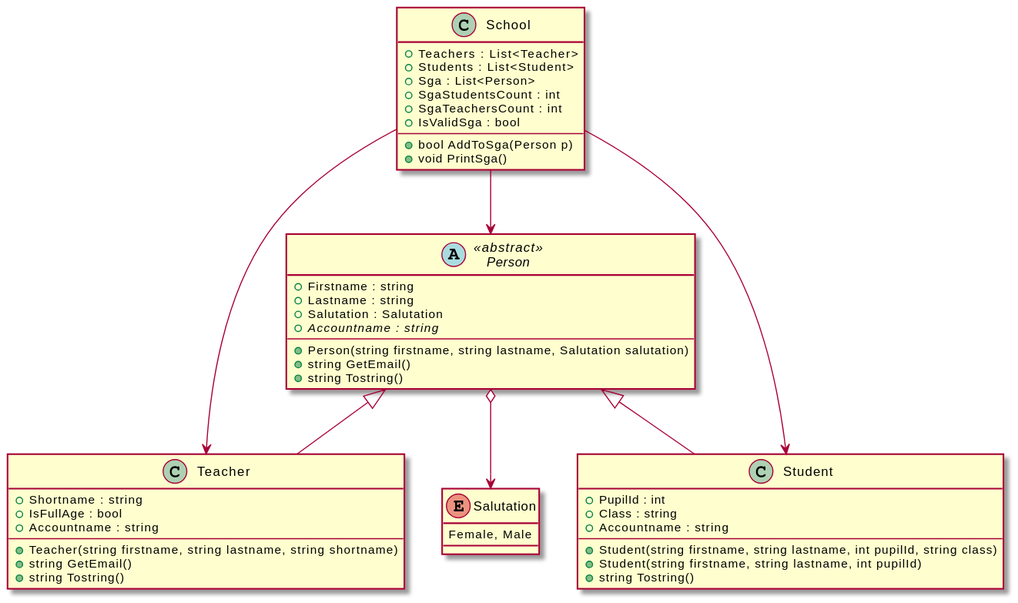
The PlantUML diagram 01 Types/vererbung_diagram.svg in schletz/Pos3xhif, before a commit. The source it was exported from:
```plantuml
@startuml
enum Salutation
{
    Female, Male
}
abstract class Person <<abstract>>
{
    +Firstname : string
    +Lastname : string
    +Salutation : Salutation
    +{abstract} Accountname : string
    ---
    +Person(string firstname, string lastname, Salutation salutation)
    +string GetEmail()
    +string Tostring()
}
Person o--> Salutation

class Teacher
{
    +Shortname : string
    +IsFullAge : bool
    +Accountname : string
    ---
    +Teacher(string firstname, string lastname, string shortname)
    +string GetEmail()
    +string Tostring()
}

class Student
{
    +PupilId : int
    +Class : string
    +Accountname : string
    ---
    +Student(string firstname, string lastname, int pupilId, string class)
    +Student(string firstname, string lastname, int pupilId)
    +string Tostring()
}

Teacher -up-|> Person
Student -up-|> Person

class School
{
    +Teachers : List<Teacher>
    +Students : List<Student>
    +Sga : List<Person>
    +SgaStudentsCount : int
    +SgaTeachersCount : int
    +IsValidSga : bool
    ---
    +bool AddToSga(Person p)
    +void PrintSga()
}

School --> Teacher
School --> Student
School --> Person
@enduml
```
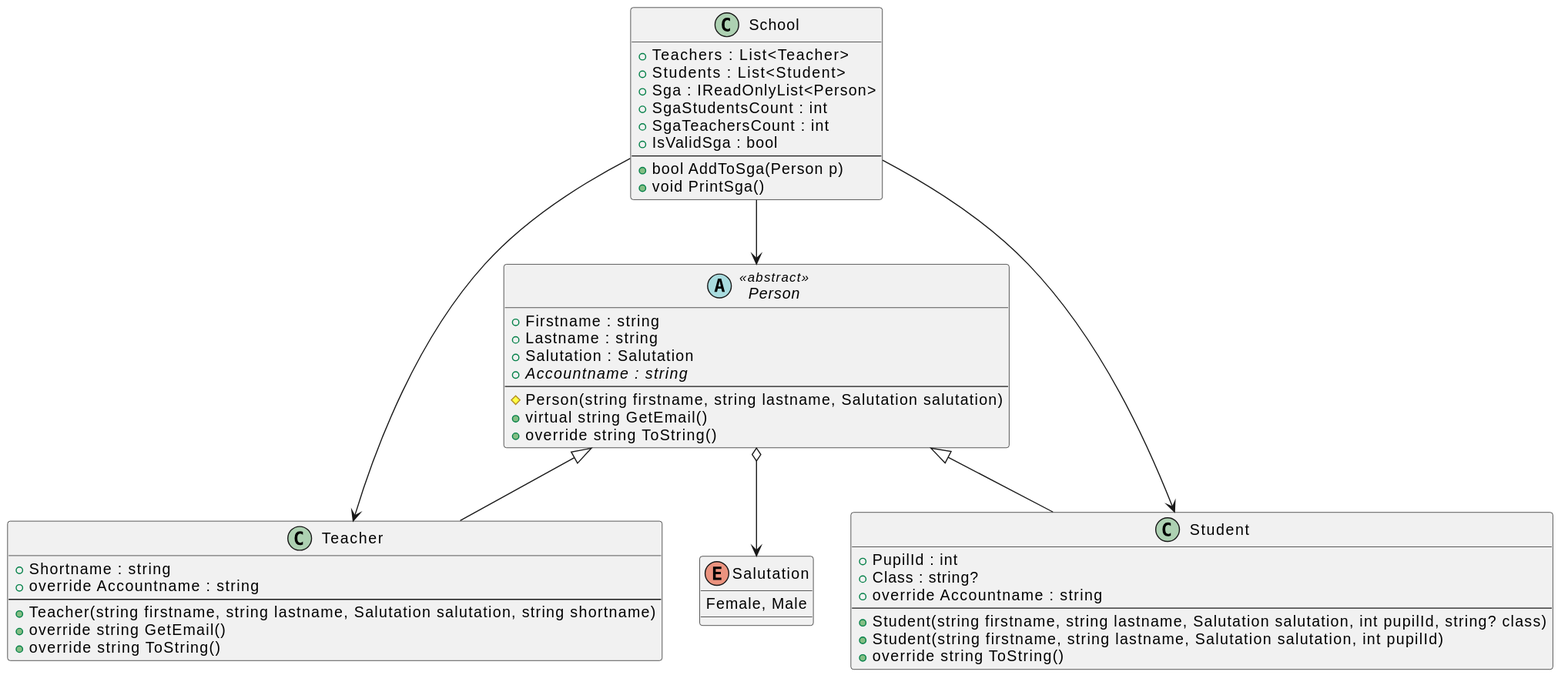
After the commit.

What changed in the source:
```diff
@@ -10,32 +10,31 @@
     +Salutation : Salutation
     +{abstract} Accountname : string
     ---
-    +Person(string firstname, string lastname, Salutation salutation)
-    +string GetEmail()
-    +string Tostring()
+    #Person(string firstname, string lastname, Salutation salutation)
+    +virtual string GetEmail()
+    +override string ToString()
 }
 Person o--> Salutation
 
 class Teacher
 {
     +Shortname : string
-    +IsFullAge : bool
-    +Accountname : string
+    +override Accountname : string
     ---
-    +Teacher(string firstname, string lastname, string shortname)
-    +string GetEmail()
-    +string Tostring()
+    +Teacher(string firstname, string lastname, Salutation salutation, string shortname)
+    +override string GetEmail()
+    +override string ToString()
 }
 
 class Student
 {
     +PupilId : int
-    +Class : string
-    +Accountname : string
+    +Class : string?
+    +override Accountname : string
     ---
-    +Student(string firstname, string lastname, int pupilId, string class)
-    +Student(string firstname, string lastname, int pupilId)
-    +string Tostring()
+    +Student(string firstname, string lastname, Salutation salutation, int pupilId, string? class)
+    +Student(string firstname, string lastname, Salutation salutation, int pupilId)
+    +override string ToString()
 }
 
 Teacher -up-|> Person
@@ -45,7 +44,7 @@
 {
     +Teachers : List<Teacher>
     +Students : List<Student>
-    +Sga : List<Person>
+    +Sga : IReadOnlyList<Person>
     +SgaStudentsCount : int
     +SgaTeachersCount : int
     +IsValidSga : bool
```
